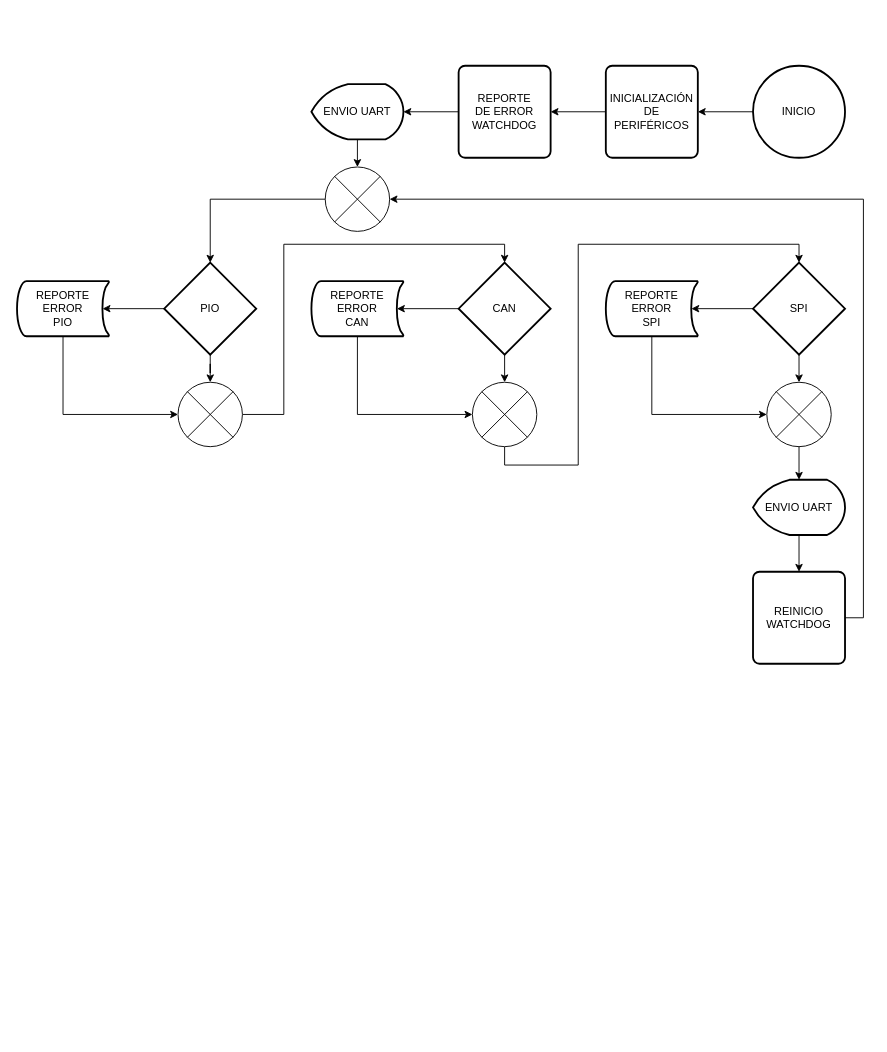
The draw.io diagram Figures/firmwareflow.drawio in vacagonzalo/MIoT-Memoria, before the edit. Source tidied: cells renumbered, new cells numbered last; positions are measured from the earlier drawing's top-left corner, leaving out a move shared by most shapes. Both pictures are drawn from the tidied source at 92%, with x=0, y=0 at pixel (17, 65).
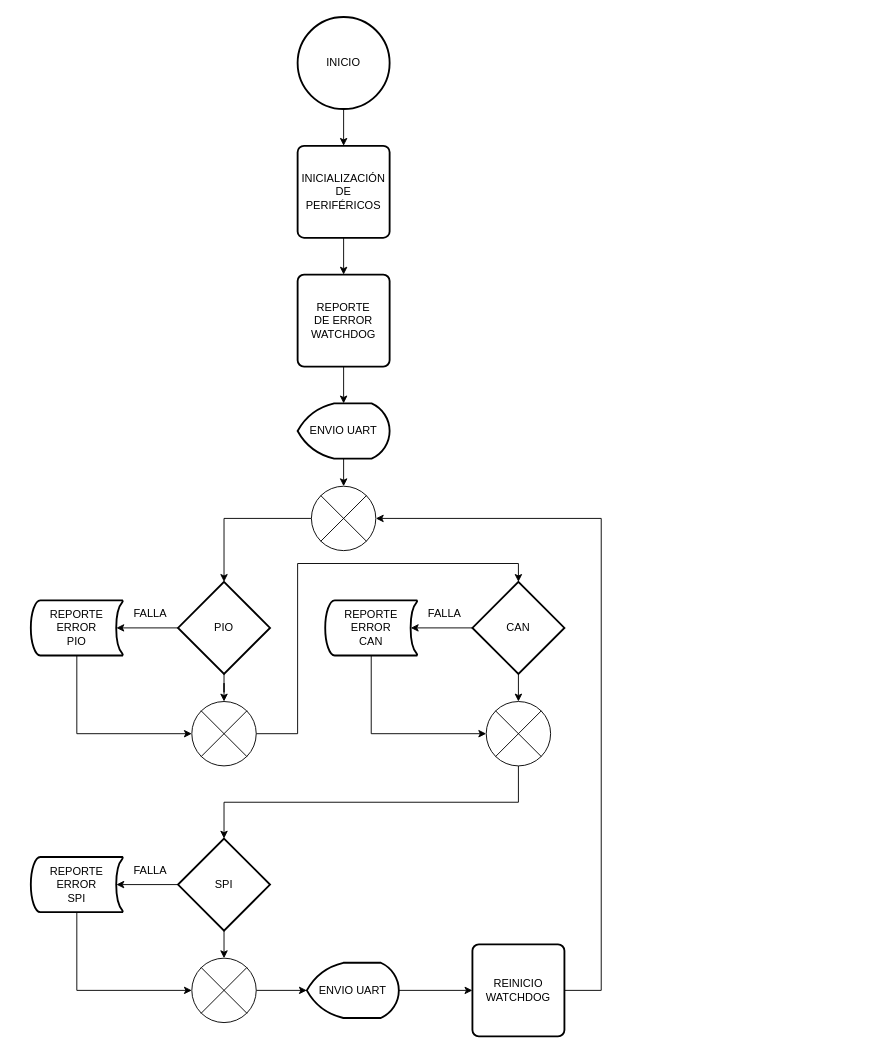
The same page after the edit.

Diff of the diagram source:
```diff
@@
-    <mxCell id="2" style="edgeStyle=orthogonalEdgeStyle;rounded=0;jettySize=auto;html=1;exitX=0;exitY=0.5;exitDx=0;exitDy=0;exitPerimeter=0;entryX=1;entryY=0.5;entryDx=0;entryDy=0;" parent="1" edge="1" source="3" target="5">
+    <mxCell id="2" style="edgeStyle=orthogonalEdgeStyle;rounded=0;jettySize=auto;html=1;exitX=0.5;exitY=1;exitDx=0;exitDy=0;exitPerimeter=0;" parent="1" edge="1" source="3" target="5">
       <mxGeometry relative="1" as="geometry" />
     </mxCell>
     <mxCell id="3" value="INICIO" style="strokeWidth=2;html=1;shape=mxgraph.flowchart.start_2;whiteSpace=wrap;" parent="1" vertex="1">
-      <mxGeometry x="800" width="100" height="100" as="geometry" />
+      <mxGeometry x="305" y="-53" width="100" height="100" as="geometry" />
     </mxCell>
-    <mxCell id="4" style="edgeStyle=orthogonalEdgeStyle;rounded=0;jettySize=auto;html=1;exitX=0;exitY=0.5;exitDx=0;exitDy=0;entryX=1;entryY=0.5;entryDx=0;entryDy=0;" parent="1" edge="1" source="5" target="7">
+    <mxCell id="4" style="edgeStyle=orthogonalEdgeStyle;rounded=0;jettySize=auto;html=1;exitX=0.5;exitY=1;exitDx=0;exitDy=0;entryX=0.5;entryY=0;entryDx=0;entryDy=0;" parent="1" edge="1" source="5" target="7">
       <mxGeometry relative="1" as="geometry" />
     </mxCell>
     <mxCell id="5" value="&lt;div&gt;INICIALIZACIÓN&lt;/div&gt;&lt;div&gt;DE&lt;/div&gt;&lt;div&gt;PERIFÉRICOS&lt;br&gt;&lt;/div&gt;" style="rounded=1;whiteSpace=wrap;html=1;absoluteArcSize=1;arcSize=14;strokeWidth=2;" parent="1" vertex="1">
-      <mxGeometry x="640" width="100" height="100" as="geometry" />
+      <mxGeometry x="305" y="87" width="100" height="100" as="geometry" />
     </mxCell>
-    <mxCell id="6" style="edgeStyle=orthogonalEdgeStyle;rounded=0;jettySize=auto;html=1;exitX=0;exitY=0.5;exitDx=0;exitDy=0;entryX=1;entryY=0.5;entryDx=0;entryDy=0;entryPerimeter=0;" parent="1" edge="1" source="7" target="9">
+    <mxCell id="6" style="edgeStyle=orthogonalEdgeStyle;rounded=0;jettySize=auto;html=1;exitX=0.5;exitY=1;exitDx=0;exitDy=0;entryX=0.5;entryY=0;entryDx=0;entryDy=0;entryPerimeter=0;" parent="1" edge="1" source="7" target="9">
       <mxGeometry relative="1" as="geometry" />
     </mxCell>
     <mxCell id="7" value="&lt;div&gt;REPORTE&lt;/div&gt;&lt;div&gt;DE ERROR&lt;/div&gt;&lt;div&gt;WATCHDOG&lt;br&gt;&lt;/div&gt;" style="rounded=1;whiteSpace=wrap;html=1;absoluteArcSize=1;arcSize=14;strokeWidth=2;" parent="1" vertex="1">
-      <mxGeometry x="480" width="100" height="100" as="geometry" />
+      <mxGeometry x="305" y="227" width="100" height="100" as="geometry" />
     </mxCell>
@@
     <mxCell id="9" value="ENVIO UART" style="strokeWidth=2;html=1;shape=mxgraph.flowchart.display;whiteSpace=wrap;" parent="1" vertex="1">
-      <mxGeometry x="320" y="20" width="100" height="60" as="geometry" />
+      <mxGeometry x="305" y="367" width="100" height="60" as="geometry" />
     </mxCell>
@@
     <mxCell id="12" value="PIO" style="strokeWidth=2;html=1;shape=mxgraph.flowchart.decision;whiteSpace=wrap;" parent="1" vertex="1">
-      <mxGeometry x="160" y="214" width="100" height="100" as="geometry" />
+      <mxGeometry x="175" y="561" width="100" height="100" as="geometry" />
     </mxCell>
@@
     <mxCell id="14" value="&lt;div&gt;REPORTE&lt;/div&gt;&lt;div&gt;ERROR&lt;/div&gt;&lt;div&gt;PIO&lt;br&gt;&lt;/div&gt;" style="strokeWidth=2;html=1;shape=mxgraph.flowchart.stored_data;whiteSpace=wrap;" parent="1" vertex="1">
-      <mxGeometry y="234" width="100" height="60" as="geometry" />
+      <mxGeometry x="15" y="581" width="100" height="60" as="geometry" />
     </mxCell>
@@
     <mxCell id="17" value="CAN" style="strokeWidth=2;html=1;shape=mxgraph.flowchart.decision;whiteSpace=wrap;" parent="1" vertex="1">
-      <mxGeometry x="480" y="214" width="100" height="100" as="geometry" />
+      <mxGeometry x="495" y="561" width="100" height="100" as="geometry" />
     </mxCell>
@@
     <mxCell id="19" value="&lt;div&gt;REPORTE&lt;/div&gt;&lt;div&gt;ERROR&lt;/div&gt;&lt;div&gt;CAN&lt;br&gt;&lt;/div&gt;" style="strokeWidth=2;html=1;shape=mxgraph.flowchart.stored_data;whiteSpace=wrap;" parent="1" vertex="1">
-      <mxGeometry x="320" y="234" width="100" height="60" as="geometry" />
+      <mxGeometry x="335" y="581" width="100" height="60" as="geometry" />
     </mxCell>
@@
     <mxCell id="22" value="SPI" style="strokeWidth=2;html=1;shape=mxgraph.flowchart.decision;whiteSpace=wrap;" parent="1" vertex="1">
-      <mxGeometry x="800" y="214" width="100" height="100" as="geometry" />
+      <mxGeometry x="175" y="840" width="100" height="100" as="geometry" />
     </mxCell>
@@
     <mxCell id="24" value="&lt;div&gt;REPORTE&lt;/div&gt;&lt;div&gt;ERROR&lt;/div&gt;SPI" style="strokeWidth=2;html=1;shape=mxgraph.flowchart.stored_data;whiteSpace=wrap;" parent="1" vertex="1">
-      <mxGeometry x="640" y="234" width="100" height="60" as="geometry" />
+      <mxGeometry x="15" y="860" width="100" height="60" as="geometry" />
     </mxCell>
     <mxCell id="25" style="edgeStyle=orthogonalEdgeStyle;rounded=0;jettySize=auto;html=1;exitX=1;exitY=0.5;exitDx=0;exitDy=0;exitPerimeter=0;entryX=0.5;entryY=0;entryDx=0;entryDy=0;entryPerimeter=0;" parent="1" edge="1" source="26" target="17">
       <mxGeometry relative="1" as="geometry">
         <Array as="points">
-          <mxPoint x="290" y="379" />
-          <mxPoint x="290" y="194" />
-          <mxPoint x="530" y="194" />
+          <mxPoint x="305" y="726" />
+          <mxPoint x="305" y="541" />
+          <mxPoint x="545" y="541" />
         </Array>
       </mxGeometry>
     </mxCell>
     <mxCell id="26" style="verticalLabelPosition=bottom;verticalAlign=top;html=1;shape=mxgraph.flowchart.or;" parent="1" vertex="1">
-      <mxGeometry x="175" y="344" width="70" height="70" as="geometry" />
+      <mxGeometry x="190" y="691" width="70" height="70" as="geometry" />
     </mxCell>
-    <mxCell id="27" style="edgeStyle=orthogonalEdgeStyle;rounded=0;jettySize=auto;html=1;exitX=0;exitY=0.5;exitDx=0;exitDy=0;exitPerimeter=0;entryX=0.5;entryY=0;entryDx=0;entryDy=0;entryPerimeter=0;" parent="1" edge="1" source="28" target="12">
+    <mxCell id="27" style="edgeStyle=orthogonalEdgeStyle;rounded=0;jettySize=auto;html=1;exitX=0;exitY=0.5;exitDx=0;exitDy=0;exitPerimeter=0;" parent="1" edge="1" source="28" target="12">
       <mxGeometry relative="1" as="geometry" />
     </mxCell>
     <mxCell id="28" style="verticalLabelPosition=bottom;verticalAlign=top;html=1;shape=mxgraph.flowchart.or;" parent="1" vertex="1">
-      <mxGeometry x="335" y="110" width="70" height="70" as="geometry" />
+      <mxGeometry x="320" y="457" width="70" height="70" as="geometry" />
     </mxCell>
     <mxCell id="29" style="edgeStyle=orthogonalEdgeStyle;rounded=0;jettySize=auto;html=1;exitX=0.5;exitY=1;exitDx=0;exitDy=0;exitPerimeter=0;entryX=0.5;entryY=0;entryDx=0;entryDy=0;entryPerimeter=0;" parent="1" edge="1" source="30" target="22">
-      <mxGeometry relative="1" as="geometry">
-        <Array as="points">
-          <mxPoint x="530" y="434" />
-          <mxPoint x="610" y="434" />
-          <mxPoint x="610" y="194" />
-          <mxPoint x="850" y="194" />
-        </Array>
-      </mxGeometry>
+      <mxGeometry relative="1" as="geometry" />
     </mxCell>
     <mxCell id="30" style="verticalLabelPosition=bottom;verticalAlign=top;html=1;shape=mxgraph.flowchart.or;" parent="1" vertex="1">
-      <mxGeometry x="495" y="344" width="70" height="70" as="geometry" />
+      <mxGeometry x="510" y="691" width="70" height="70" as="geometry" />
     </mxCell>
-    <mxCell id="31" style="edgeStyle=orthogonalEdgeStyle;rounded=0;jettySize=auto;html=1;exitX=0.5;exitY=1;exitDx=0;exitDy=0;exitPerimeter=0;entryX=0.5;entryY=0;entryDx=0;entryDy=0;entryPerimeter=0;" parent="1" edge="1" source="32" target="34">
+    <mxCell id="31" style="edgeStyle=orthogonalEdgeStyle;rounded=0;jettySize=auto;html=1;exitX=1;exitY=0.5;exitDx=0;exitDy=0;exitPerimeter=0;" parent="1" edge="1" source="32" target="34">
       <mxGeometry relative="1" as="geometry" />
     </mxCell>
     <mxCell id="32" style="verticalLabelPosition=bottom;verticalAlign=top;html=1;shape=mxgraph.flowchart.or;" parent="1" vertex="1">
-      <mxGeometry x="815" y="344" width="70" height="70" as="geometry" />
+      <mxGeometry x="190" y="970" width="70" height="70" as="geometry" />
     </mxCell>
-    <mxCell id="33" style="edgeStyle=orthogonalEdgeStyle;rounded=0;jettySize=auto;html=1;exitX=0.5;exitY=1;exitDx=0;exitDy=0;exitPerimeter=0;entryX=0.5;entryY=0;entryDx=0;entryDy=0;" parent="1" edge="1" source="34" target="36">
+    <mxCell id="33" style="edgeStyle=orthogonalEdgeStyle;rounded=0;jettySize=auto;html=1;exitX=1;exitY=0.5;exitDx=0;exitDy=0;exitPerimeter=0;" parent="1" edge="1" source="34" target="36">
       <mxGeometry relative="1" as="geometry" />
     </mxCell>
     <mxCell id="34" value="ENVIO UART" style="strokeWidth=2;html=1;shape=mxgraph.flowchart.display;whiteSpace=wrap;" parent="1" vertex="1">
-      <mxGeometry x="800" y="450" width="100" height="60" as="geometry" />
+      <mxGeometry x="315" y="975" width="100" height="60" as="geometry" />
     </mxCell>
     <mxCell id="35" style="edgeStyle=orthogonalEdgeStyle;rounded=0;jettySize=auto;html=1;exitX=1;exitY=0.5;exitDx=0;exitDy=0;entryX=1;entryY=0.5;entryDx=0;entryDy=0;entryPerimeter=0;" parent="1" edge="1" source="36" target="28">
-      <mxGeometry relative="1" as="geometry" />
+      <mxGeometry relative="1" as="geometry">
+        <Array as="points">
+          <mxPoint x="635" y="1005" />
+          <mxPoint x="635" y="492" />
+        </Array>
+      </mxGeometry>
     </mxCell>
     <mxCell id="36" value="&lt;div&gt;REINICIO&lt;/div&gt;&lt;div&gt;WATCHDOG&lt;br&gt;&lt;/div&gt;" style="rounded=1;whiteSpace=wrap;html=1;absoluteArcSize=1;arcSize=14;strokeWidth=2;" parent="1" vertex="1">
-      <mxGeometry x="800" y="550" width="100" height="100" as="geometry" />
+      <mxGeometry x="495" y="955" width="100" height="100" as="geometry" />
     </mxCell>
+    <mxCell id="37" value="FALLA" style="text;html=1;strokeColor=none;fillColor=none;align=center;verticalAlign=middle;whiteSpace=wrap;rounded=0;" parent="1" vertex="1">
+      <mxGeometry x="115" y="581" width="60" height="30" as="geometry" />
+    </mxCell>
+    <mxCell id="38" value="FALLA" style="text;html=1;strokeColor=none;fillColor=none;align=center;verticalAlign=middle;whiteSpace=wrap;rounded=0;" parent="1" vertex="1">
+      <mxGeometry x="435" y="581" width="60" height="30" as="geometry" />
+    </mxCell>
+    <mxCell id="39" value="FALLA" style="text;html=1;strokeColor=none;fillColor=none;align=center;verticalAlign=middle;whiteSpace=wrap;rounded=0;" parent="1" vertex="1">
+      <mxGeometry x="115" y="860" width="60" height="30" as="geometry" />
+    </mxCell>
```
